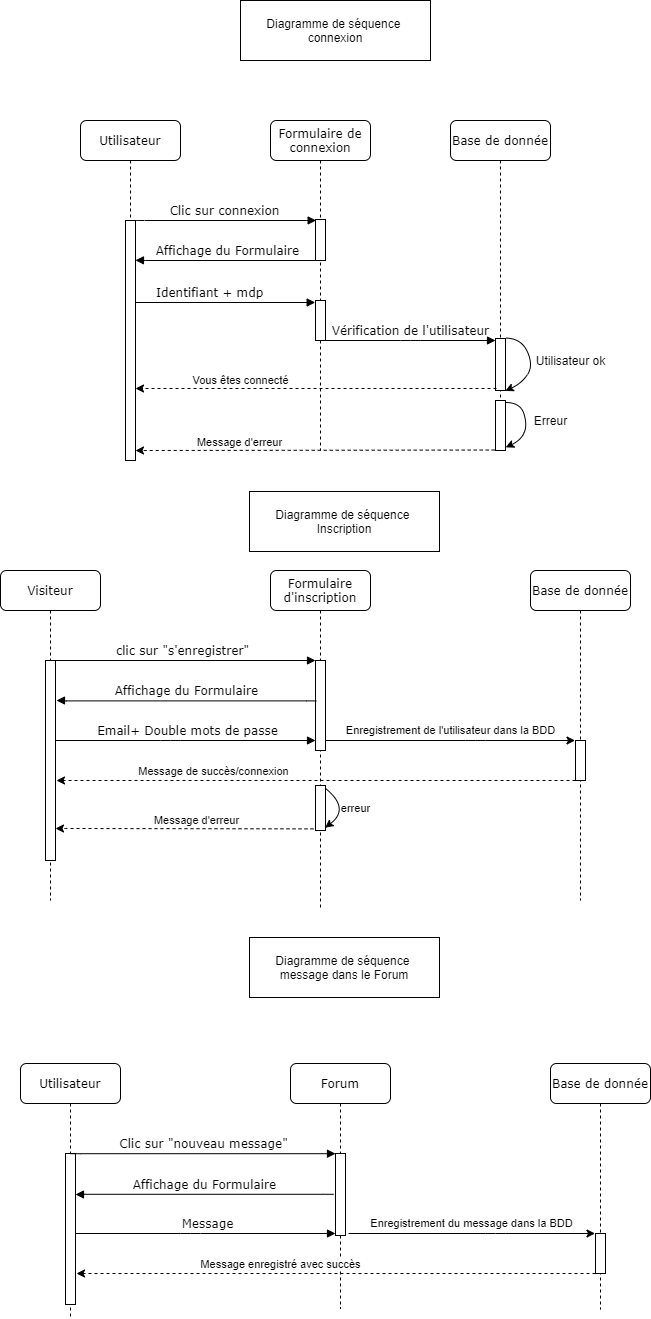
Before: LesLamesDuPonant/Diagramme de séquence.png, a diagram exported from draw.io (toutvukantabu/LesLamesDuPonant). Source tidied: cells renumbered, new cells last; positions are measured from the earlier drawing's top-left corner, leaving out a move shared by most shapes.
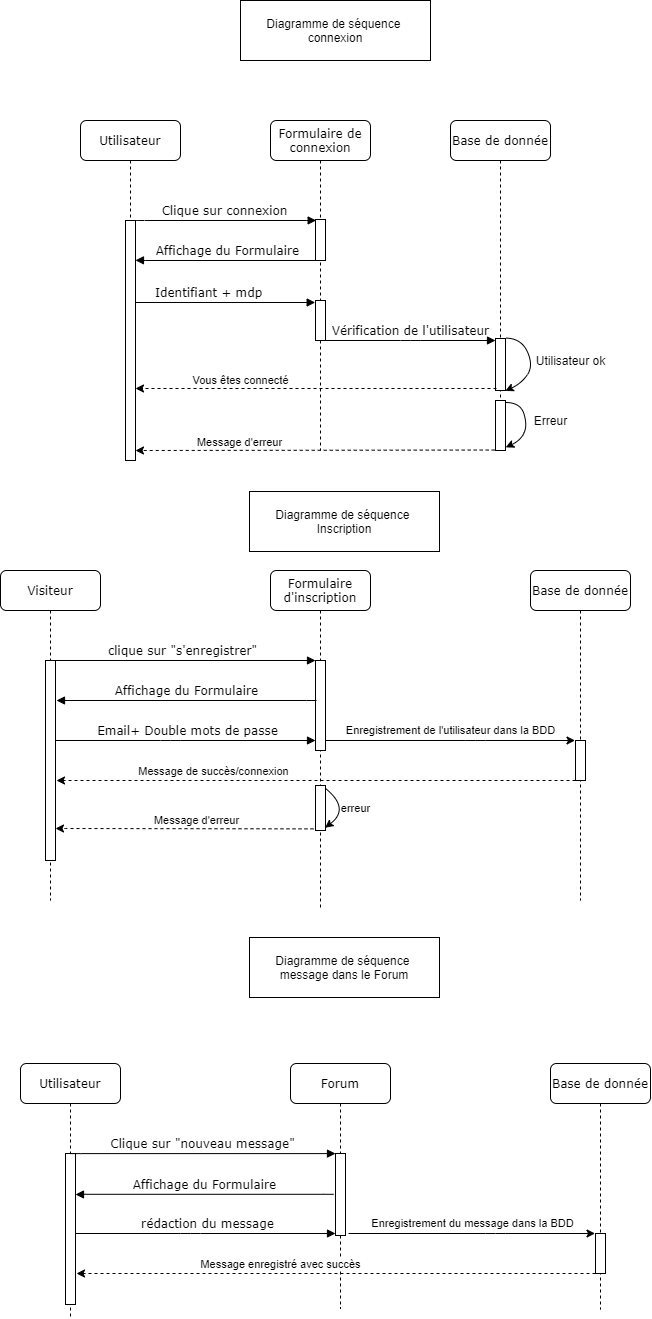
After the change.

What changed in the source:
```diff
@@ -112,7 +112,7 @@
         <mxPoint x="-25" y="32" as="offset" />
       </mxGeometry>
     </mxCell>
-    <mxCell id="25" value="Clic sur connexion" style="html=1;verticalAlign=bottom;endArrow=block;labelBackgroundColor=none;fontFamily=Verdana;fontSize=12;edgeStyle=elbowEdgeStyle;elbow=vertical;exitX=0.892;exitY=0.005;exitDx=0;exitDy=0;exitPerimeter=0;entryX=0.065;entryY=0.023;entryDx=0;entryDy=0;entryPerimeter=0;" parent="1" edge="1" source="27" target="3">
+    <mxCell id="25" value="Clique sur connexion" style="html=1;verticalAlign=bottom;endArrow=block;labelBackgroundColor=none;fontFamily=Verdana;fontSize=12;edgeStyle=elbowEdgeStyle;elbow=vertical;exitX=0.892;exitY=0.005;exitDx=0;exitDy=0;exitPerimeter=0;entryX=0.065;entryY=0.023;entryDx=0;entryDy=0;entryPerimeter=0;" parent="1" edge="1" source="27" target="3">
       <mxGeometry relative="1" as="geometry">
         <Array as="points">
           <mxPoint x="320" y="220" />
@@ -156,7 +156,7 @@
         <mxPoint x="-61.4" y="-8" as="offset" />
       </mxGeometry>
     </mxCell>
-    <mxCell id="34" value="clic sur &quot;s'enregistrer&quot;" style="html=1;verticalAlign=bottom;endArrow=block;labelBackgroundColor=none;fontFamily=Verdana;fontSize=12;edgeStyle=elbowEdgeStyle;elbow=vertical;" parent="1" edge="1" target="16">
+    <mxCell id="34" value="clique sur &quot;s'enregistrer&quot;" style="html=1;verticalAlign=bottom;endArrow=block;labelBackgroundColor=none;fontFamily=Verdana;fontSize=12;edgeStyle=elbowEdgeStyle;elbow=vertical;" parent="1" edge="1" target="16">
       <mxGeometry relative="1" as="geometry">
         <mxPoint x="50" y="660" as="sourcePoint" />
       </mxGeometry>
@@ -237,7 +237,7 @@
         </Array>
       </mxGeometry>
     </mxCell>
-    <mxCell id="52" value="Message" style="html=1;verticalAlign=bottom;endArrow=block;labelBackgroundColor=none;fontFamily=Verdana;fontSize=12;edgeStyle=elbowEdgeStyle;elbow=vertical;" parent="1" edge="1" source="50">
+    <mxCell id="52" value="rédaction du message" style="html=1;verticalAlign=bottom;endArrow=block;labelBackgroundColor=none;fontFamily=Verdana;fontSize=12;edgeStyle=elbowEdgeStyle;elbow=vertical;" parent="1" edge="1" source="50">
       <mxGeometry x="0.01" relative="1" as="geometry">
         <mxPoint x="335" y="1233" as="targetPoint" />
         <Array as="points">
@@ -262,7 +262,7 @@
         <mxPoint x="-25" y="32" as="offset" />
       </mxGeometry>
     </mxCell>
-    <mxCell id="55" value="Clic sur &quot;nouveau message&quot;" style="html=1;verticalAlign=bottom;endArrow=block;labelBackgroundColor=none;fontFamily=Verdana;fontSize=12;edgeStyle=elbowEdgeStyle;elbow=vertical;" parent="1" edge="1" target="46">
+    <mxCell id="55" value="Clique sur &quot;nouveau message&quot;" style="html=1;verticalAlign=bottom;endArrow=block;labelBackgroundColor=none;fontFamily=Verdana;fontSize=12;edgeStyle=elbowEdgeStyle;elbow=vertical;" parent="1" edge="1" target="46">
       <mxGeometry relative="1" as="geometry">
         <mxPoint x="70" y="1153" as="sourcePoint" />
       </mxGeometry>
```
